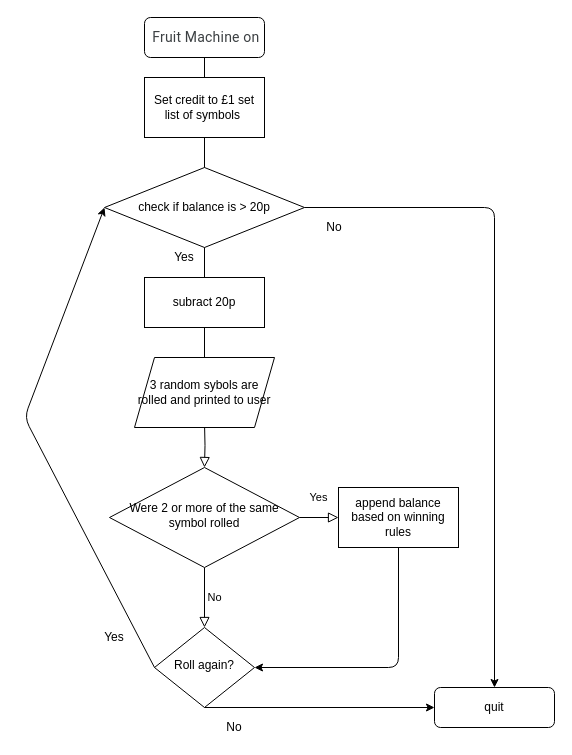
The draw.io diagram Non OCR/Fruit machine flowchart.drawio in JachymT/a-level-cs-blog, before the edit. Source tidied: cells renumbered, new cells numbered last; positions are measured from the earlier drawing's top-left corner, leaving out a move shared by most shapes. Both pictures are drawn from the tidied source at 100%, with x=0, y=0 at pixel (24, 17).
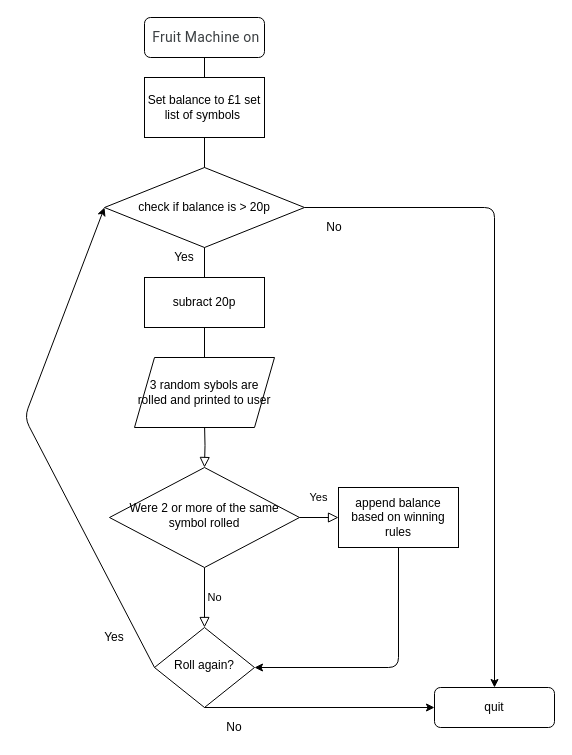
The same page after the edit.

The edit, as a diff of the source:
```diff
@@
-    <mxCell id="8" value="Set credit to £1 set list of symbols&amp;nbsp;" style="rounded=0;whiteSpace=wrap;html=1;" parent="1" vertex="1">
+    <mxCell id="8" value="Set balance to £1 set list of symbols&amp;nbsp;" style="rounded=0;whiteSpace=wrap;html=1;" parent="1" vertex="1">
       <mxGeometry x="120" y="60" width="120" height="60" as="geometry" />
     </mxCell>
```
